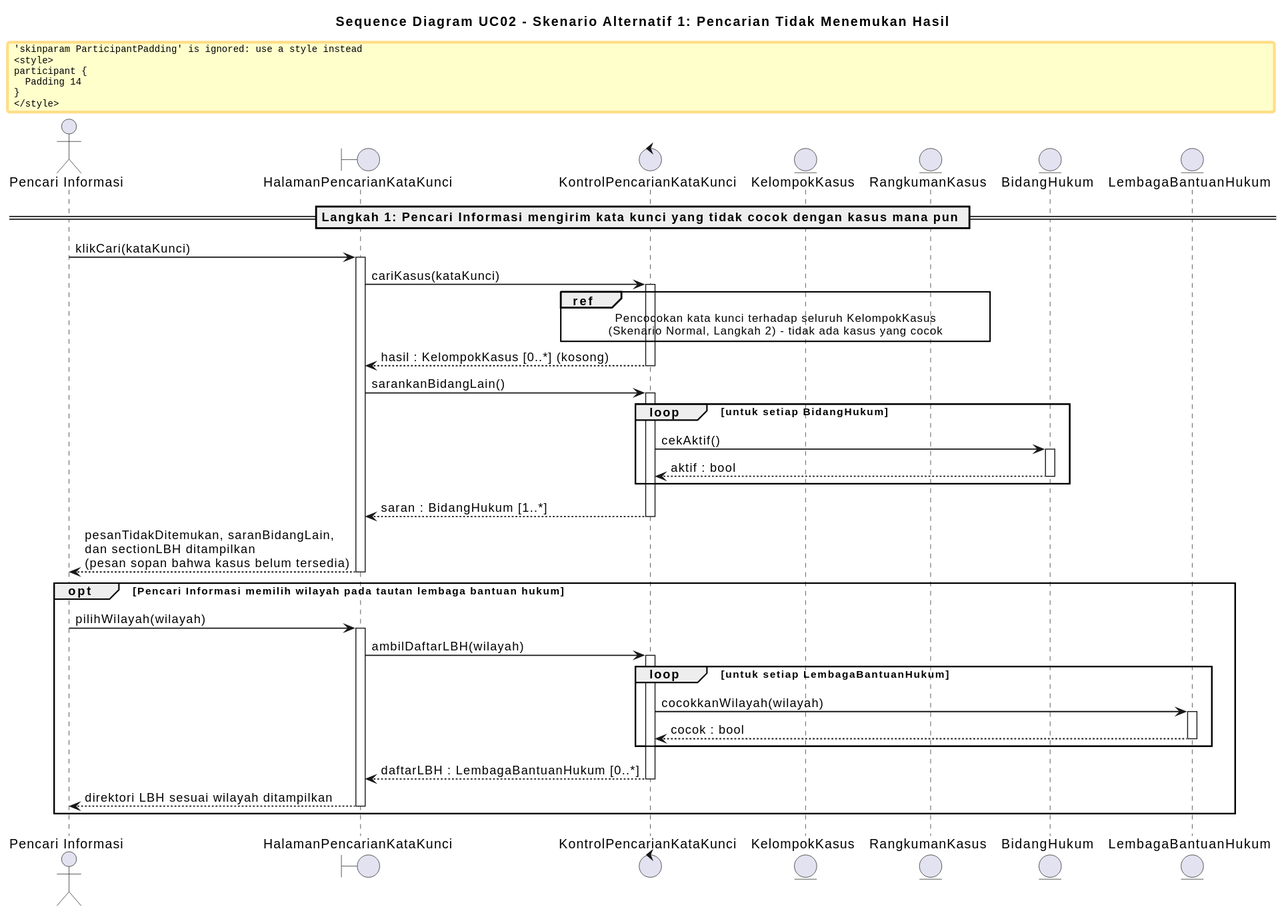
Above: docs/M7/assets/diagram/SequenceDiagram_UC02_Skenario_Alternatif_1.svg in MatthewEvan/IF2150-RPL-K01-G07 (PlantUML), before the change. The source it was exported from:
```plantuml
@startuml
title Sequence Diagram UC02 - Skenario Alternatif 1: Pencarian Tidak Menemukan Hasil
skinparam shadowing false
skinparam ParticipantPadding 14
skinparam sequenceArrowThickness 1.3
skinparam NoteBackgroundColor #FFFBE6
skinparam NoteBorderColor #B59B00
autoactivate on

actor "Pencari Informasi" as PI
boundary HalamanPencarianKataKunci as HP
control KontrolPencarianKataKunci as KP
entity KelompokKasus as KK
entity RangkumanKasus as RK
entity BidangHukum as BH
entity LembagaBantuanHukum as LBH

== Langkah 1: Pencari Informasi mengirim kata kunci yang tidak cocok dengan kasus mana pun ==
PI -> HP : klikCari(kataKunci)
  HP -> KP : cariKasus(kataKunci)
    ref over KP, KK, RK : Pencocokan kata kunci terhadap seluruh KelompokKasus\n(Skenario Normal, Langkah 2) - tidak ada kasus yang cocok
  return hasil : KelompokKasus [0..*] (kosong)
  HP -> KP : sarankanBidangLain()
    loop untuk setiap BidangHukum
      KP -> BH : cekAktif()
      return aktif : bool
    end
  return saran : BidangHukum [1..*]
return pesanTidakDitemukan, saranBidangLain,\ndan sectionLBH ditampilkan\n(pesan sopan bahwa kasus belum tersedia)

opt Pencari Informasi memilih wilayah pada tautan lembaga bantuan hukum
  PI -> HP : pilihWilayah(wilayah)
    HP -> KP : ambilDaftarLBH(wilayah)
      loop untuk setiap LembagaBantuanHukum
        KP -> LBH : cocokkanWilayah(wilayah)
        return cocok : bool
      end
    return daftarLBH : LembagaBantuanHukum [0..*]
  return direktori LBH sesuai wilayah ditampilkan
end
@enduml
```
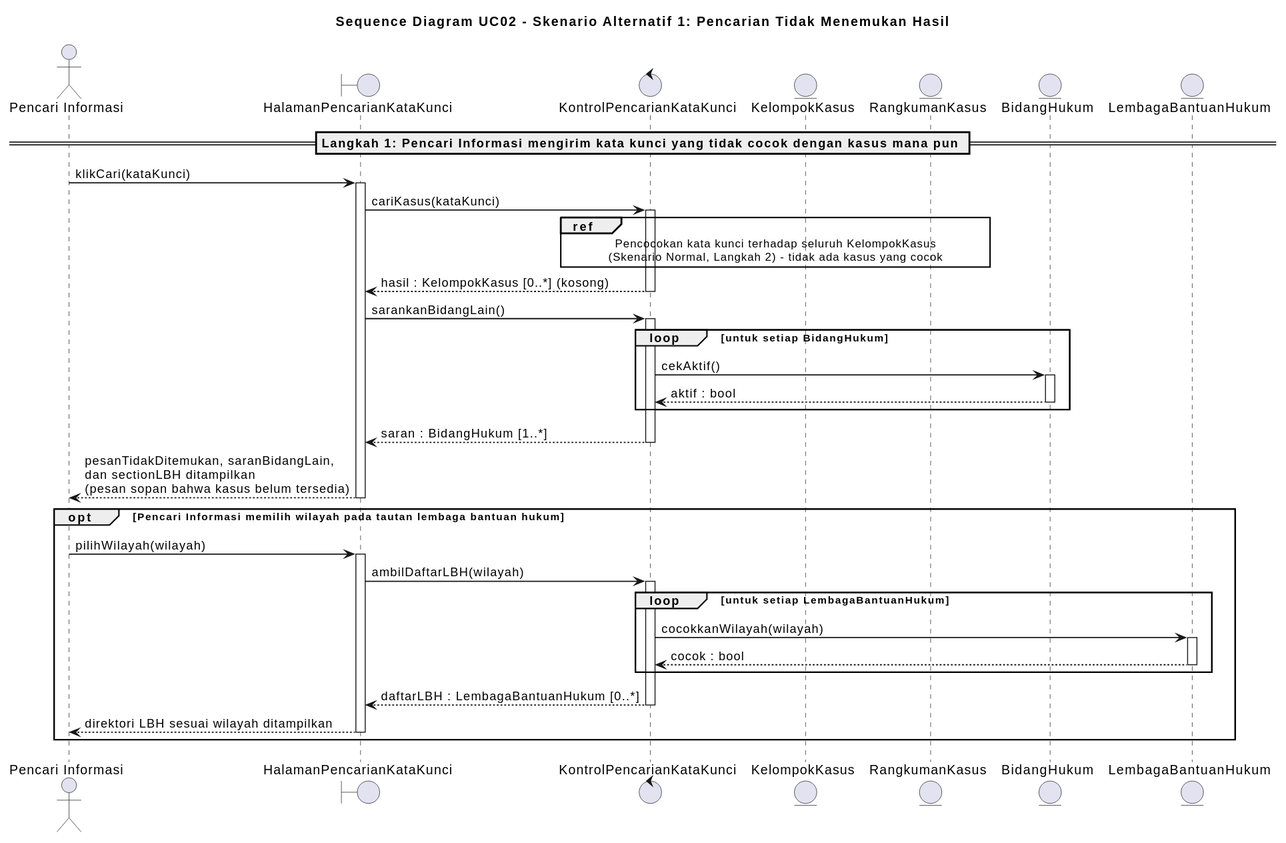
The same diagram one commit later.

Commit message:
fix uml syntax for UC01 Normal and UC02 Normal and alt seq diagram

What changed in the source:
```diff
@@ -1,7 +1,11 @@
 @startuml
 title Sequence Diagram UC02 - Skenario Alternatif 1: Pencarian Tidak Menemukan Hasil
 skinparam shadowing false
-skinparam ParticipantPadding 14
+<style>
+participant {
+  Padding 14
+}
+</style>
 skinparam sequenceArrowThickness 1.3
 skinparam NoteBackgroundColor #FFFBE6
 skinparam NoteBorderColor #B59B00
```
